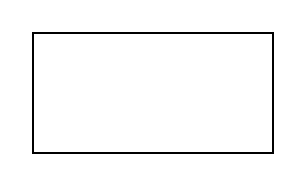
Earlier version of the draw.io diagram test.drawio (xuxu8511/draw.io). Source tidied: cells renumbered, new cells numbered last; positions are measured from the earlier drawing's top-left corner, leaving out a move shared by most shapes. Both pictures are drawn from the tidied source at 200%, with x=0, y=0 at pixel (32, 32).
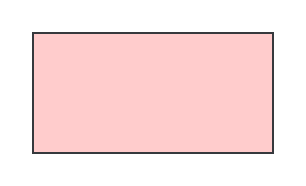
Above is the later version.

What changed in the source:
```diff
@@
 <mxGraphModel>
   <root>
     <mxCell id="0" />
     <mxCell id="1" parent="0" />
-    <mxCell id="2" style="rounded=0;whiteSpace=wrap;html=1;" parent="1" vertex="1">
+    <mxCell id="2" style="rounded=0;whiteSpace=wrap;html=1;fillColor=#ffcccc;strokeColor=#36393d;" parent="1" vertex="1">
       <mxGeometry width="120" height="60" as="geometry" />
     </mxCell>
   </root>
 </mxGraphModel>
```
